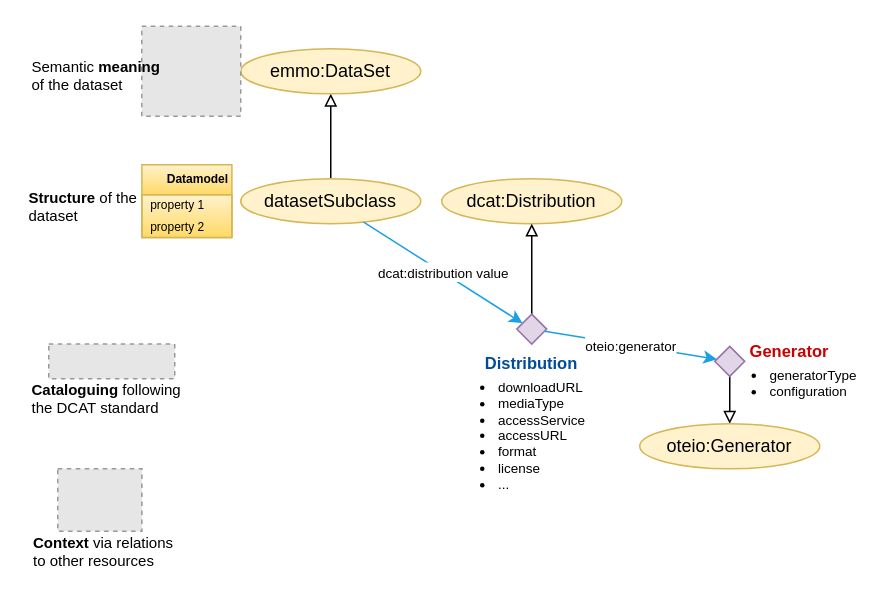
Earlier version of the draw.io diagram page "Consumer" (3 of 11) of docs/figs/dataset.drawio (EMMC-ASBL/tripper). Source tidied: cells renumbered, new cells numbered last; positions are measured from the earlier drawing's top-left corner, leaving out a move shared by most shapes. Both pictures are drawn from the tidied source at 150%, with x=0, y=0 at pixel (26, 26). Pictures stored in the file or linked from it are replaced by grey dashed boxes.
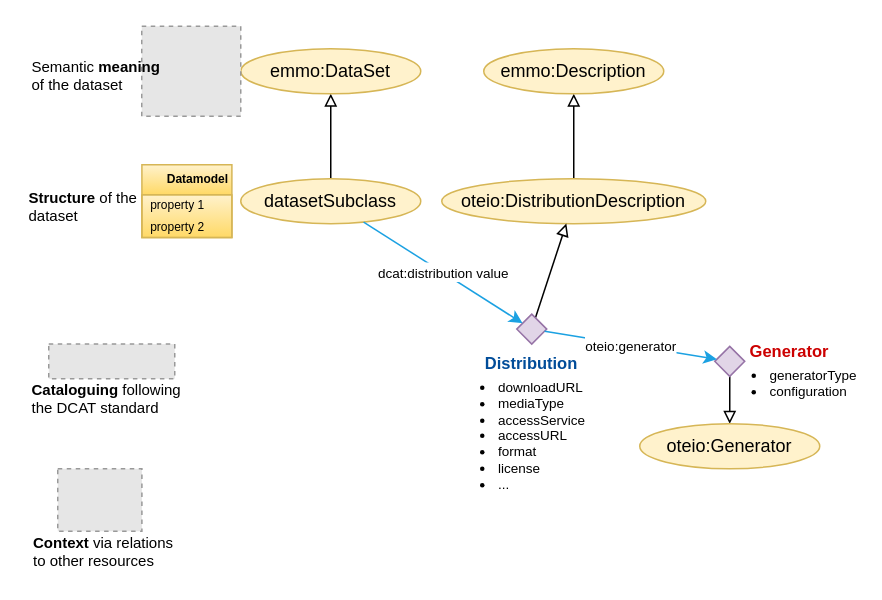
The same page after the edit.

What changed in the source:
```diff
@@
+    <mxCell id="30" style="rounded=0;jettySize=auto;html=1;strokeColor=default;align=center;verticalAlign=middle;fontFamily=Helvetica;fontSize=11;fontColor=default;labelBackgroundColor=default;endArrow=block;endFill=0;" parent="1" edge="1" source="5" target="31">
+      <mxGeometry relative="1" as="geometry" />
+    </mxCell>
-    <mxCell id="5" value="dcat:Distribution" style="ellipse;whiteSpace=wrap;html=1;fillColor=#fff2cc;strokeColor=#d6b656;" parent="1" vertex="1">
-      <mxGeometry x="277" y="101.6" width="120" height="30" as="geometry" />
+    <mxCell id="5" value="oteio:DistributionDescription" style="ellipse;whiteSpace=wrap;html=1;fillColor=#fff2cc;strokeColor=#d6b656;" parent="1" vertex="1">
+      <mxGeometry x="277" y="101.6" width="176" height="30" as="geometry" />
     </mxCell>
@@
+    <mxCell id="31" value="emmo:Description" style="ellipse;whiteSpace=wrap;html=1;fillColor=#fff2cc;strokeColor=#d6b656;" parent="1" vertex="1">
+      <mxGeometry x="305" y="15" width="120" height="30" as="geometry" />
+    </mxCell>
```
